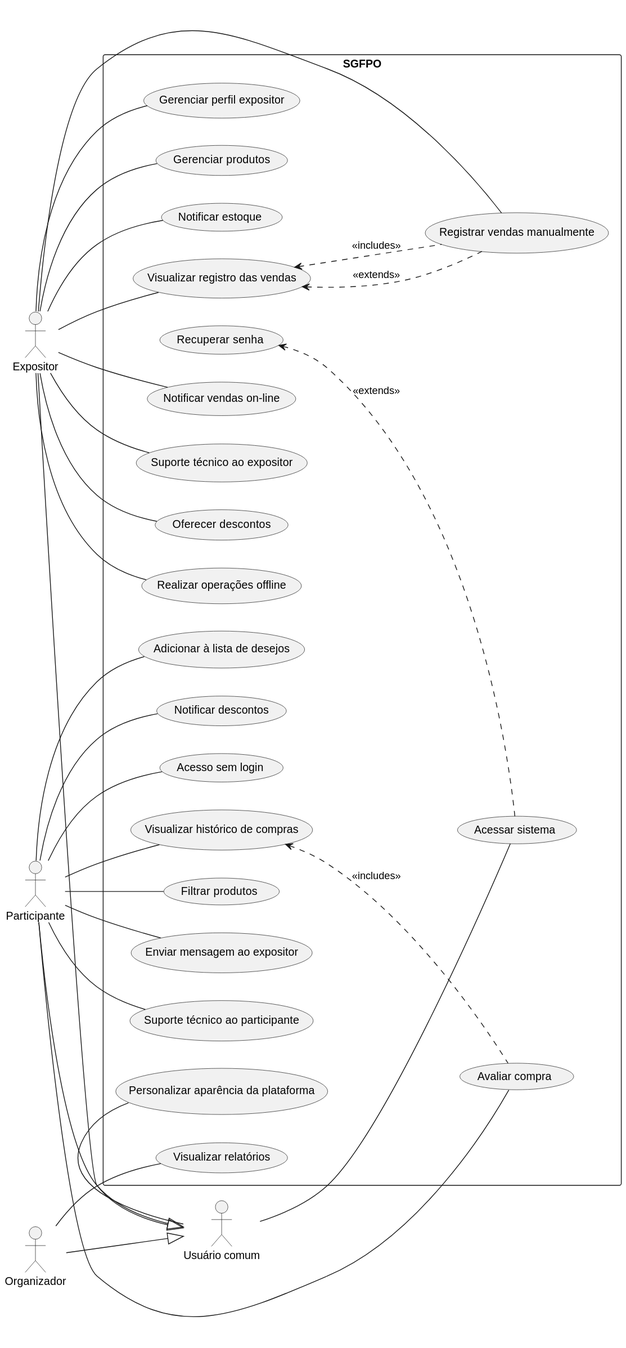
The PlantUML diagram specs/casos_de_uso/uml_ucgeral.svg in Phenrique-sousa/APS-documents, before a commit.
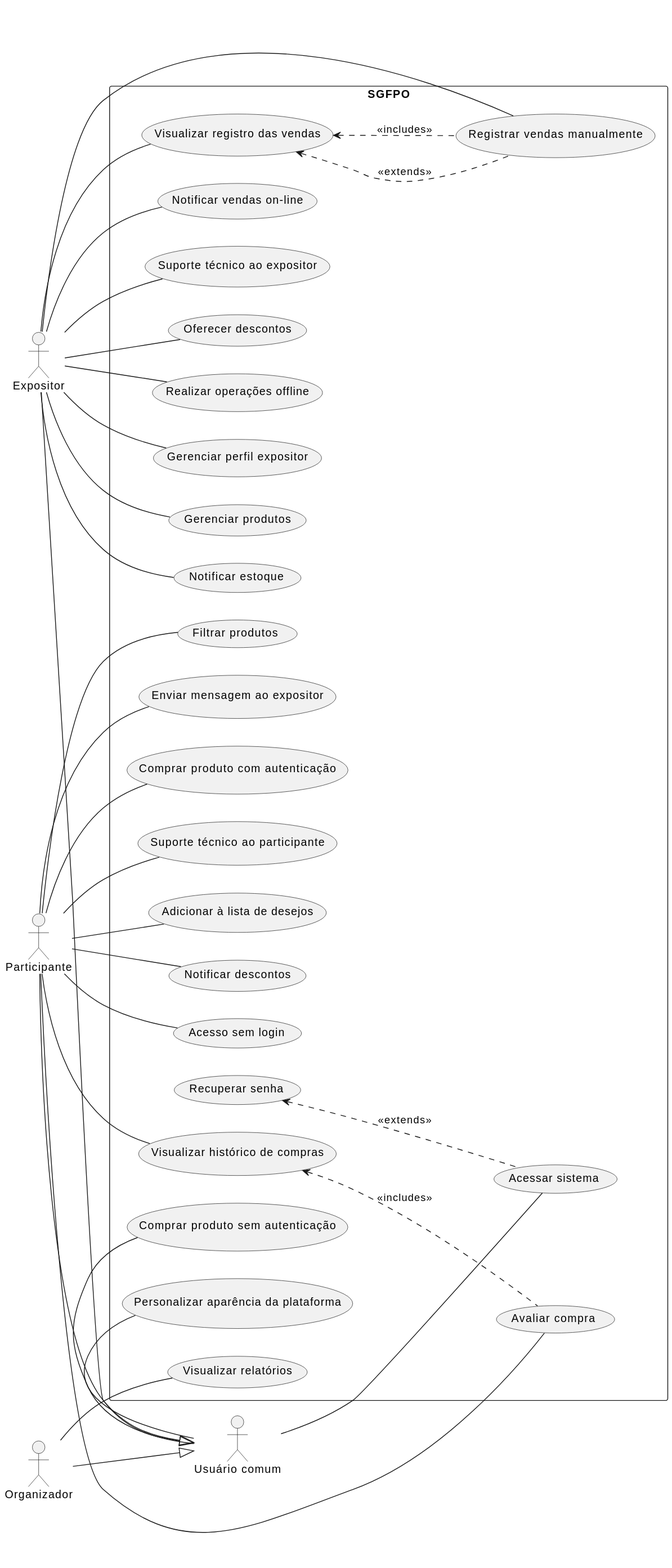
After the change.

Commit message:
Pedro veja agr tudo se ta certo

Change to the diagram source:
```diff
@@ -27,10 +27,12 @@
   Participante -- (Visualizar histórico de compras)
   Participante -- (Filtrar produtos)
  Participante -- (Enviar mensagem ao expositor)
+  Participante -- (Comprar produto com autenticação)
  Participante -- (Suporte técnico ao participante)
  Expositor -- (Suporte técnico ao expositor)
  Participante -- (Adicionar à lista de desejos)
  Usuario -- (Personalizar aparência da plataforma)
+ Usuario -- (Comprar produto sem autenticação)
  Participante -- (Avaliar compra)
 (Visualizar histórico de compras)  <..(Avaliar compra): <<includes>>
    Expositor -- (Oferecer descontos)
```
